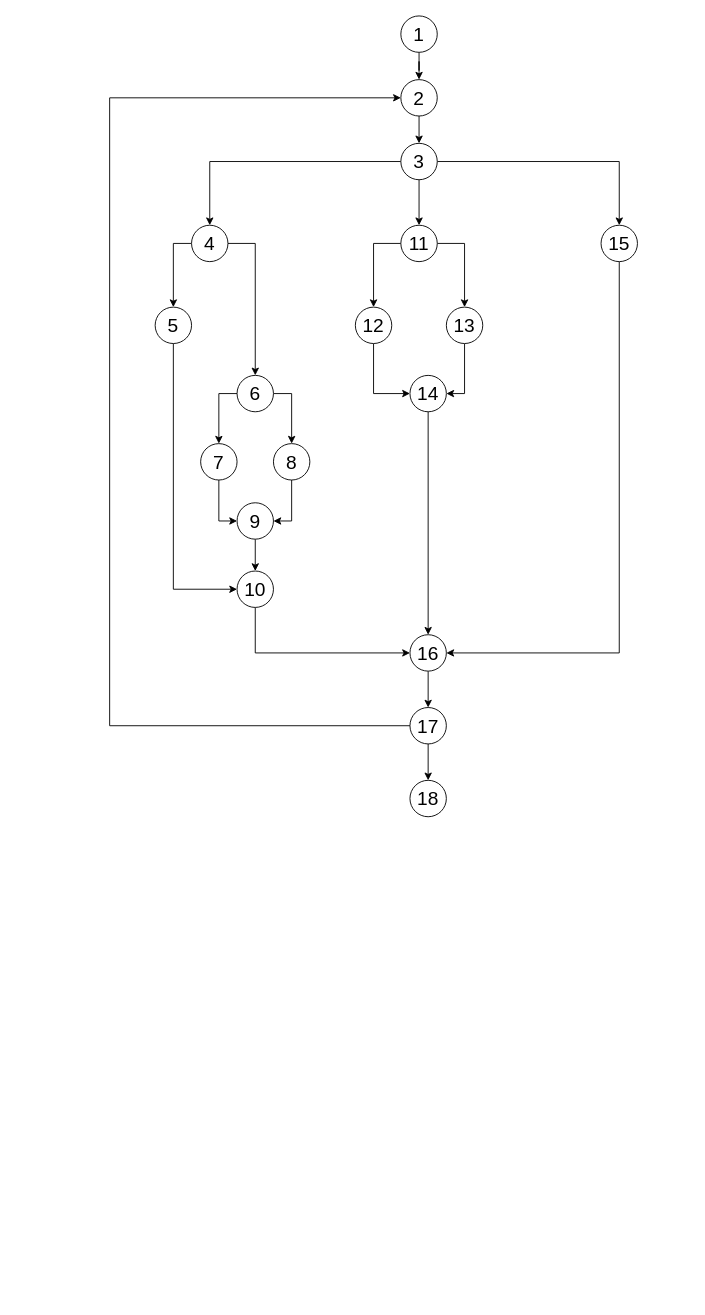
The draw.io diagram media/CFG.drawio in Aleksandar1932/SI_lab2_186063, before the edit. Source tidied: cells renumbered, new cells numbered last; positions are measured from the earlier drawing's top-left corner, leaving out a move shared by most shapes. Both pictures are drawn from the tidied source at 91%, with x=0, y=0 at pixel (109, 15).
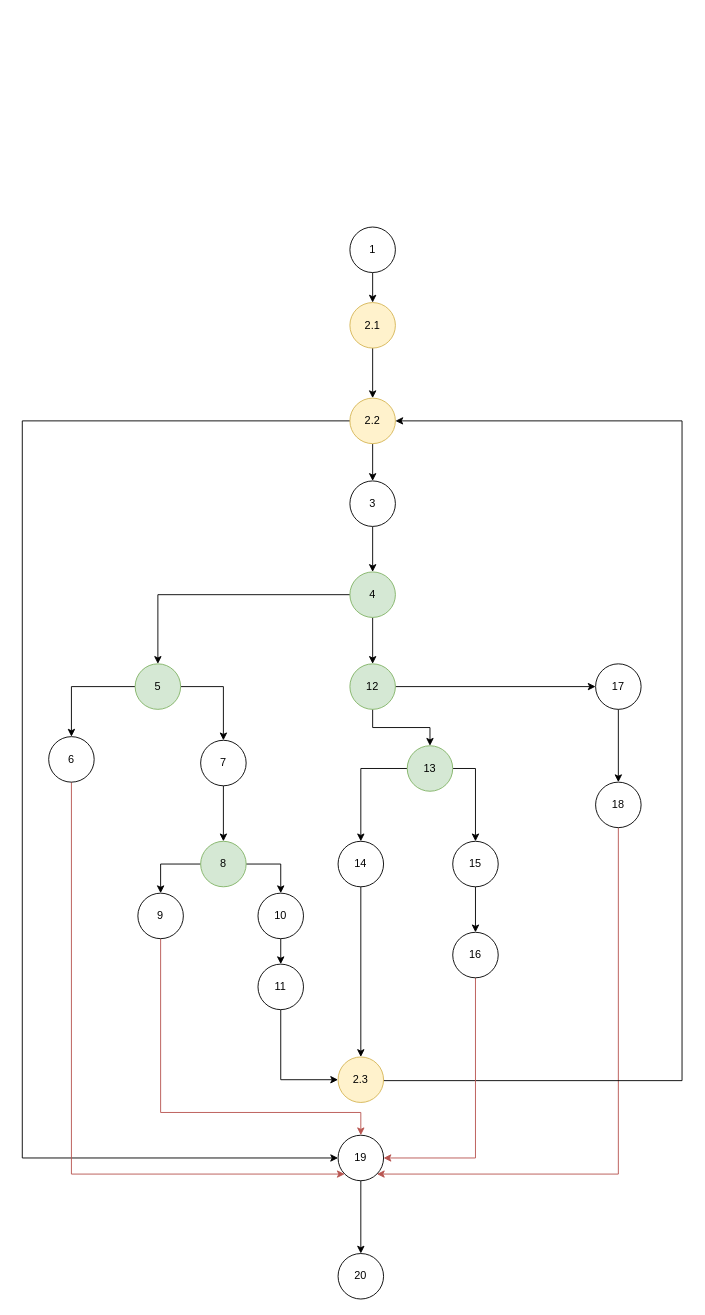
The same page after the edit.

What changed in the source:
```diff
@@
-    <mxCell id="2" style="edgeStyle=orthogonalEdgeStyle;rounded=0;jettySize=auto;html=1;exitX=0.5;exitY=1;exitDx=0;exitDy=0;fontSize=21;" parent="1" edge="1" source="3" target="5">
-      <mxGeometry relative="1" as="geometry" />
-    </mxCell>
+    <mxCell id="43" style="edgeStyle=orthogonalEdgeStyle;rounded=0;jettySize=auto;html=1;exitX=0.5;exitY=1;exitDx=0;exitDy=0;entryX=0.5;entryY=0;entryDx=0;entryDy=0;" parent="1" edge="1" source="3" target="45">
+      <mxGeometry relative="1" as="geometry" />
+    </mxCell>
-    <mxCell id="3" value="1" style="ellipse;whiteSpace=wrap;html=1;fontSize=21;" parent="1" vertex="1">
-      <mxGeometry x="320" width="40" height="40" as="geometry" />
+    <mxCell id="3" value="1" style="ellipse;whiteSpace=wrap;html=1;" parent="1" vertex="1">
+      <mxGeometry x="264" y="232" width="50" height="50" as="geometry" />
     </mxCell>
-    <mxCell id="4" style="edgeStyle=orthogonalEdgeStyle;rounded=0;jettySize=auto;html=1;exitX=0.5;exitY=1;exitDx=0;exitDy=0;entryX=0.5;entryY=0;entryDx=0;entryDy=0;fontSize=21;" parent="1" edge="1" source="5" target="9">
-      <mxGeometry relative="1" as="geometry" />
-    </mxCell>
-    <mxCell id="5" value="2" style="ellipse;whiteSpace=wrap;html=1;fontSize=21;" parent="1" vertex="1">
-      <mxGeometry x="320" y="70" width="40" height="40" as="geometry" />
-    </mxCell>
+    <mxCell id="44" style="edgeStyle=orthogonalEdgeStyle;rounded=0;jettySize=auto;html=1;exitX=0.5;exitY=1;exitDx=0;exitDy=0;entryX=0.5;entryY=0;entryDx=0;entryDy=0;" parent="1" edge="1" source="45" target="54">
+      <mxGeometry relative="1" as="geometry" />
+    </mxCell>
+    <mxCell id="45" value="2.1" style="ellipse;whiteSpace=wrap;html=1;fillColor=#fff2cc;strokeColor=#d6b656;" parent="1" vertex="1">
+      <mxGeometry x="264" y="315" width="50" height="50" as="geometry" />
+    </mxCell>
-    <mxCell id="6" style="edgeStyle=orthogonalEdgeStyle;rounded=0;jettySize=auto;html=1;exitX=0;exitY=0.5;exitDx=0;exitDy=0;entryX=0.5;entryY=0;entryDx=0;entryDy=0;fontSize=21;" parent="1" edge="1" source="9" target="15">
+    <mxCell id="6" style="edgeStyle=orthogonalEdgeStyle;rounded=0;jettySize=auto;html=1;exitX=0.5;exitY=1;exitDx=0;exitDy=0;entryX=0.5;entryY=0;entryDx=0;entryDy=0;" parent="1" edge="1" source="9" target="15">
       <mxGeometry relative="1" as="geometry" />
     </mxCell>
-    <mxCell id="7" style="edgeStyle=orthogonalEdgeStyle;rounded=0;jettySize=auto;html=1;exitX=0.5;exitY=1;exitDx=0;exitDy=0;fontSize=21;" parent="1" edge="1" source="9" target="18">
-      <mxGeometry relative="1" as="geometry" />
-    </mxCell>
-    <mxCell id="8" style="edgeStyle=orthogonalEdgeStyle;rounded=0;jettySize=auto;html=1;exitX=1;exitY=0.5;exitDx=0;exitDy=0;entryX=0.5;entryY=0;entryDx=0;entryDy=0;fontSize=21;" parent="1" edge="1" source="9" target="20">
-      <mxGeometry relative="1" as="geometry" />
-    </mxCell>
-    <mxCell id="9" value="3" style="ellipse;whiteSpace=wrap;html=1;fontSize=21;" parent="1" vertex="1">
-      <mxGeometry x="320" y="140" width="40" height="40" as="geometry" />
+    <mxCell id="9" value="3" style="ellipse;whiteSpace=wrap;html=1;" parent="1" vertex="1">
+      <mxGeometry x="264" y="511" width="50" height="50" as="geometry" />
     </mxCell>
-    <mxCell id="10" style="edgeStyle=orthogonalEdgeStyle;rounded=0;jettySize=auto;html=1;exitX=0;exitY=0.5;exitDx=0;exitDy=0;entryX=0;entryY=0.5;entryDx=0;entryDy=0;fontSize=21;" parent="1" edge="1" source="12" target="5">
-      <mxGeometry relative="1" as="geometry">
-        <Array as="points">
-          <mxPoint y="780" />
-          <mxPoint y="90" />
-        </Array>
-      </mxGeometry>
-    </mxCell>
+    <mxCell id="13" style="edgeStyle=orthogonalEdgeStyle;rounded=0;jettySize=auto;html=1;exitX=0;exitY=0.5;exitDx=0;exitDy=0;entryX=0.5;entryY=0;entryDx=0;entryDy=0;" parent="1" edge="1" source="15" target="28">
+      <mxGeometry relative="1" as="geometry" />
+    </mxCell>
+    <mxCell id="46" style="edgeStyle=orthogonalEdgeStyle;rounded=0;jettySize=auto;html=1;exitX=0.5;exitY=1;exitDx=0;exitDy=0;" parent="1" edge="1" source="15" target="39">
+      <mxGeometry relative="1" as="geometry" />
+    </mxCell>
+    <mxCell id="15" value="4" style="ellipse;whiteSpace=wrap;html=1;fillColor=#d5e8d4;strokeColor=#82b366;" parent="1" vertex="1">
+      <mxGeometry x="264" y="611" width="50" height="50" as="geometry" />
+    </mxCell>
+    <mxCell id="47" style="edgeStyle=orthogonalEdgeStyle;rounded=0;jettySize=auto;html=1;exitX=0;exitY=0.5;exitDx=0;exitDy=0;" parent="1" edge="1" source="28" target="33">
+      <mxGeometry relative="1" as="geometry" />
+    </mxCell>
+    <mxCell id="48" style="edgeStyle=orthogonalEdgeStyle;rounded=0;jettySize=auto;html=1;exitX=1;exitY=0.5;exitDx=0;exitDy=0;entryX=0.5;entryY=0;entryDx=0;entryDy=0;" parent="1" edge="1" source="28" target="30">
+      <mxGeometry relative="1" as="geometry" />
+    </mxCell>
+    <mxCell id="28" value="5" style="ellipse;whiteSpace=wrap;html=1;fillColor=#d5e8d4;strokeColor=#82b366;" parent="1" vertex="1">
+      <mxGeometry x="28" y="712" width="50" height="50" as="geometry" />
+    </mxCell>
+    <mxCell id="49" style="edgeStyle=orthogonalEdgeStyle;rounded=0;jettySize=auto;html=1;exitX=0.5;exitY=1;exitDx=0;exitDy=0;" parent="1" edge="1" source="39" target="41">
+      <mxGeometry relative="1" as="geometry" />
+    </mxCell>
+    <mxCell id="50" style="edgeStyle=orthogonalEdgeStyle;rounded=0;jettySize=auto;html=1;exitX=1;exitY=0.5;exitDx=0;exitDy=0;entryX=0;entryY=0.5;entryDx=0;entryDy=0;" parent="1" edge="1" source="39" target="12">
+      <mxGeometry relative="1" as="geometry" />
+    </mxCell>
+    <mxCell id="39" value="12" style="ellipse;whiteSpace=wrap;html=1;fillColor=#d5e8d4;strokeColor=#82b366;" parent="1" vertex="1">
+      <mxGeometry x="264" y="712" width="50" height="50" as="geometry" />
+    </mxCell>
-    <mxCell id="11" style="edgeStyle=orthogonalEdgeStyle;rounded=0;jettySize=auto;html=1;exitX=0.5;exitY=1;exitDx=0;exitDy=0;entryX=0.5;entryY=0;entryDx=0;entryDy=0;fontSize=21;" parent="1" edge="1" source="12" target="42">
+    <mxCell id="11" style="edgeStyle=orthogonalEdgeStyle;rounded=0;jettySize=auto;html=1;" parent="1" edge="1" source="12" target="42">
       <mxGeometry relative="1" as="geometry" />
     </mxCell>
-    <mxCell id="12" value="17" style="ellipse;whiteSpace=wrap;html=1;fontSize=21;" parent="1" vertex="1">
-      <mxGeometry x="330" y="760" width="40" height="40" as="geometry" />
+    <mxCell id="12" value="17" style="ellipse;whiteSpace=wrap;html=1;" parent="1" vertex="1">
+      <mxGeometry x="534" y="712" width="50" height="50" as="geometry" />
     </mxCell>
-    <mxCell id="13" style="edgeStyle=orthogonalEdgeStyle;rounded=0;jettySize=auto;html=1;exitX=0;exitY=0.5;exitDx=0;exitDy=0;entryX=0.5;entryY=0;entryDx=0;entryDy=0;fontSize=21;" parent="1" edge="1" source="15" target="28">
-      <mxGeometry relative="1" as="geometry" />
-    </mxCell>
-    <mxCell id="14" style="edgeStyle=orthogonalEdgeStyle;rounded=0;jettySize=auto;html=1;exitX=1;exitY=0.5;exitDx=0;exitDy=0;entryX=0.5;entryY=0;entryDx=0;entryDy=0;" parent="1" edge="1" source="15" target="33">
-      <mxGeometry relative="1" as="geometry" />
-    </mxCell>
-    <mxCell id="15" value="4" style="ellipse;whiteSpace=wrap;html=1;fontSize=21;" parent="1" vertex="1">
-      <mxGeometry x="90" y="230" width="40" height="40" as="geometry" />
-    </mxCell>
-    <mxCell id="16" style="edgeStyle=orthogonalEdgeStyle;rounded=0;jettySize=auto;html=1;exitX=0;exitY=0.5;exitDx=0;exitDy=0;fontSize=21;" parent="1" edge="1" source="18" target="39">
-      <mxGeometry relative="1" as="geometry" />
-    </mxCell>
-    <mxCell id="17" style="edgeStyle=orthogonalEdgeStyle;rounded=0;jettySize=auto;html=1;exitX=1;exitY=0.5;exitDx=0;exitDy=0;entryX=0.5;entryY=0;entryDx=0;entryDy=0;fontSize=21;" parent="1" edge="1" source="18" target="41">
-      <mxGeometry relative="1" as="geometry" />
-    </mxCell>
+    <mxCell id="51" style="edgeStyle=orthogonalEdgeStyle;rounded=0;jettySize=auto;html=1;exitX=0.5;exitY=1;exitDx=0;exitDy=0;entryX=1;entryY=1;entryDx=0;entryDy=0;fillColor=#f8cecc;strokeColor=#b85450;" parent="1" edge="1" source="42" target="56">
+      <mxGeometry relative="1" as="geometry">
+        <Array as="points">
+          <mxPoint x="559" y="1273" />
+        </Array>
+      </mxGeometry>
+    </mxCell>
+    <mxCell id="42" value="18" style="ellipse;whiteSpace=wrap;html=1;" parent="1" vertex="1">
+      <mxGeometry x="534" y="842" width="50" height="50" as="geometry" />
+    </mxCell>
+    <mxCell id="52" style="edgeStyle=orthogonalEdgeStyle;rounded=0;jettySize=auto;html=1;exitX=0.5;exitY=1;exitDx=0;exitDy=0;entryX=0.5;entryY=0;entryDx=0;entryDy=0;" parent="1" edge="1" source="54" target="9">
+      <mxGeometry relative="1" as="geometry" />
+    </mxCell>
+    <mxCell id="53" style="edgeStyle=orthogonalEdgeStyle;rounded=0;jettySize=auto;html=1;exitX=1;exitY=0.5;exitDx=0;exitDy=0;entryX=0;entryY=0.5;entryDx=0;entryDy=0;" parent="1" edge="1" source="54" target="56">
+      <mxGeometry relative="1" as="geometry">
+        <Array as="points">
+          <mxPoint x="-96" y="445" />
+          <mxPoint x="-96" y="1255" />
+        </Array>
+      </mxGeometry>
+    </mxCell>
+    <mxCell id="54" value="2.2" style="ellipse;whiteSpace=wrap;html=1;fillColor=#fff2cc;strokeColor=#d6b656;" parent="1" vertex="1">
+      <mxGeometry x="264" y="420" width="50" height="50" as="geometry" />
+    </mxCell>
+    <mxCell id="55" style="edgeStyle=orthogonalEdgeStyle;rounded=0;jettySize=auto;html=1;" parent="1" edge="1" source="56" target="57">
+      <mxGeometry relative="1" as="geometry" />
+    </mxCell>
+    <mxCell id="56" value="19" style="ellipse;whiteSpace=wrap;html=1;" parent="1" vertex="1">
+      <mxGeometry x="251" y="1230" width="50" height="50" as="geometry" />
+    </mxCell>
+    <mxCell id="57" value="20" style="ellipse;whiteSpace=wrap;html=1;" parent="1" vertex="1">
+      <mxGeometry x="251" y="1360" width="50" height="50" as="geometry" />
+    </mxCell>
+    <mxCell id="58" style="edgeStyle=orthogonalEdgeStyle;rounded=0;jettySize=auto;html=1;exitX=0.5;exitY=1;exitDx=0;exitDy=0;entryX=0;entryY=1;entryDx=0;entryDy=0;fillColor=#f8cecc;strokeColor=#b85450;" parent="1" edge="1" source="33" target="56">
+      <mxGeometry relative="1" as="geometry">
+        <Array as="points">
+          <mxPoint x="-42" y="1273" />
+        </Array>
+      </mxGeometry>
+    </mxCell>
+    <mxCell id="33" value="6" style="ellipse;whiteSpace=wrap;html=1;" parent="1" vertex="1">
+      <mxGeometry x="-67" y="792" width="50" height="50" as="geometry" />
+    </mxCell>
+    <mxCell id="59" style="edgeStyle=orthogonalEdgeStyle;rounded=0;jettySize=auto;html=1;exitX=0.5;exitY=1;exitDx=0;exitDy=0;entryX=0.5;entryY=0;entryDx=0;entryDy=0;" parent="1" edge="1" source="30" target="35">
+      <mxGeometry relative="1" as="geometry" />
+    </mxCell>
+    <mxCell id="30" value="7" style="ellipse;whiteSpace=wrap;html=1;" parent="1" vertex="1">
+      <mxGeometry x="100" y="796" width="50" height="50" as="geometry" />
+    </mxCell>
+    <mxCell id="60" style="edgeStyle=orthogonalEdgeStyle;rounded=0;jettySize=auto;html=1;exitX=1;exitY=0.5;exitDx=0;exitDy=0;entryX=1;entryY=0.5;entryDx=0;entryDy=0;" parent="1" edge="1" source="61" target="54">
+      <mxGeometry relative="1" as="geometry">
+        <Array as="points">
+          <mxPoint x="629" y="1170" />
+          <mxPoint x="629" y="445" />
+        </Array>
+      </mxGeometry>
+    </mxCell>
+    <mxCell id="61" value="2.3" style="ellipse;whiteSpace=wrap;html=1;fillColor=#fff2cc;strokeColor=#d6b656;" parent="1" vertex="1">
+      <mxGeometry x="251" y="1144" width="50" height="50" as="geometry" />
+    </mxCell>
+    <mxCell id="34" style="edgeStyle=orthogonalEdgeStyle;rounded=0;jettySize=auto;html=1;exitX=0;exitY=0.5;exitDx=0;exitDy=0;entryX=0.5;entryY=0;entryDx=0;entryDy=0;" parent="1" edge="1" source="35" target="37">
+      <mxGeometry relative="1" as="geometry" />
+    </mxCell>
+    <mxCell id="62" style="edgeStyle=orthogonalEdgeStyle;rounded=0;jettySize=auto;html=1;exitX=1;exitY=0.5;exitDx=0;exitDy=0;entryX=0.5;entryY=0;entryDx=0;entryDy=0;" parent="1" edge="1" source="35" target="22">
+      <mxGeometry relative="1" as="geometry" />
+    </mxCell>
+    <mxCell id="35" value="8" style="ellipse;whiteSpace=wrap;html=1;fillColor=#d5e8d4;strokeColor=#82b366;" parent="1" vertex="1">
+      <mxGeometry x="100" y="907" width="50" height="50" as="geometry" />
+    </mxCell>
+    <mxCell id="63" style="edgeStyle=orthogonalEdgeStyle;rounded=0;jettySize=auto;html=1;exitX=0.5;exitY=1;exitDx=0;exitDy=0;entryX=0.5;entryY=0;entryDx=0;entryDy=0;fillColor=#f8cecc;strokeColor=#b85450;" parent="1" edge="1" source="37" target="56">
+      <mxGeometry relative="1" as="geometry">
+        <Array as="points">
+          <mxPoint x="56" y="1205" />
+          <mxPoint x="276" y="1205" />
+        </Array>
+      </mxGeometry>
+    </mxCell>
+    <mxCell id="37" value="9" style="ellipse;whiteSpace=wrap;html=1;" parent="1" vertex="1">
+      <mxGeometry x="31" y="964" width="50" height="50" as="geometry" />
+    </mxCell>
+    <mxCell id="64" style="edgeStyle=orthogonalEdgeStyle;rounded=0;jettySize=auto;html=1;exitX=0.5;exitY=1;exitDx=0;exitDy=0;entryX=0.5;entryY=0;entryDx=0;entryDy=0;" parent="1" edge="1" source="22" target="18">
+      <mxGeometry relative="1" as="geometry" />
+    </mxCell>
+    <mxCell id="22" value="10" style="ellipse;whiteSpace=wrap;html=1;" parent="1" vertex="1">
+      <mxGeometry x="163" y="964" width="50" height="50" as="geometry" />
+    </mxCell>
+    <mxCell id="65" style="edgeStyle=orthogonalEdgeStyle;rounded=0;jettySize=auto;html=1;exitX=0.5;exitY=1;exitDx=0;exitDy=0;entryX=0;entryY=0.5;entryDx=0;entryDy=0;" parent="1" edge="1" source="18" target="61">
+      <mxGeometry relative="1" as="geometry" />
+    </mxCell>
-    <mxCell id="18" value="11" style="ellipse;whiteSpace=wrap;html=1;fontSize=21;" parent="1" vertex="1">
-      <mxGeometry x="320" y="230" width="40" height="40" as="geometry" />
+    <mxCell id="18" value="11" style="ellipse;whiteSpace=wrap;html=1;" parent="1" vertex="1">
+      <mxGeometry x="163" y="1042" width="50" height="50" as="geometry" />
     </mxCell>
+    <mxCell id="40" style="edgeStyle=orthogonalEdgeStyle;rounded=0;jettySize=auto;html=1;exitX=0;exitY=0.5;exitDx=0;exitDy=0;" parent="1" edge="1" source="41" target="24">
+      <mxGeometry relative="1" as="geometry" />
+    </mxCell>
+    <mxCell id="66" style="edgeStyle=orthogonalEdgeStyle;rounded=0;jettySize=auto;html=1;exitX=1;exitY=0.5;exitDx=0;exitDy=0;" parent="1" edge="1" source="41" target="20">
+      <mxGeometry relative="1" as="geometry" />
+    </mxCell>
+    <mxCell id="41" value="13" style="ellipse;whiteSpace=wrap;html=1;fillColor=#d5e8d4;strokeColor=#82b366;" parent="1" vertex="1">
+      <mxGeometry x="327" y="802" width="50" height="50" as="geometry" />
+    </mxCell>
+    <mxCell id="67" style="edgeStyle=orthogonalEdgeStyle;rounded=0;jettySize=auto;html=1;exitX=0.5;exitY=1;exitDx=0;exitDy=0;entryX=0.5;entryY=0;entryDx=0;entryDy=0;" parent="1" edge="1" source="24" target="61">
+      <mxGeometry relative="1" as="geometry">
+        <Array as="points">
+          <mxPoint x="276" y="957" />
+        </Array>
+      </mxGeometry>
+    </mxCell>
+    <mxCell id="24" value="14" style="ellipse;whiteSpace=wrap;html=1;" parent="1" vertex="1">
+      <mxGeometry x="251" y="907" width="50" height="50" as="geometry" />
+    </mxCell>
-    <mxCell id="19" style="edgeStyle=orthogonalEdgeStyle;rounded=0;jettySize=auto;html=1;exitX=0.5;exitY=1;exitDx=0;exitDy=0;entryX=1;entryY=0.5;entryDx=0;entryDy=0;fontSize=21;" parent="1" edge="1" source="20" target="26">
+    <mxCell id="19" style="edgeStyle=orthogonalEdgeStyle;rounded=0;jettySize=auto;html=1;" parent="1" edge="1" source="20" target="26">
       <mxGeometry relative="1" as="geometry" />
     </mxCell>
-    <mxCell id="20" value="15" style="ellipse;whiteSpace=wrap;html=1;fontSize=21;" parent="1" vertex="1">
-      <mxGeometry x="540" y="230" width="40" height="40" as="geometry" />
+    <mxCell id="20" value="15" style="ellipse;whiteSpace=wrap;html=1;" parent="1" vertex="1">
+      <mxGeometry x="377" y="907" width="50" height="50" as="geometry" />
     </mxCell>
-    <mxCell id="21" style="edgeStyle=orthogonalEdgeStyle;rounded=0;jettySize=auto;html=1;exitX=0.5;exitY=1;exitDx=0;exitDy=0;entryX=0;entryY=0.5;entryDx=0;entryDy=0;fontSize=21;" parent="1" edge="1" source="22" target="26">
-      <mxGeometry relative="1" as="geometry" />
-    </mxCell>
-    <mxCell id="22" value="10" style="ellipse;whiteSpace=wrap;html=1;fontSize=21;" parent="1" vertex="1">
-      <mxGeometry x="140" y="610" width="40" height="40" as="geometry" />
-    </mxCell>
-    <mxCell id="23" style="edgeStyle=orthogonalEdgeStyle;rounded=0;jettySize=auto;html=1;exitX=0.5;exitY=1;exitDx=0;exitDy=0;entryX=0.5;entryY=0;entryDx=0;entryDy=0;fontSize=21;" parent="1" edge="1" source="24" target="26">
-      <mxGeometry relative="1" as="geometry" />
-    </mxCell>
-    <mxCell id="24" value="14" style="ellipse;whiteSpace=wrap;html=1;fontSize=21;" parent="1" vertex="1">
-      <mxGeometry x="330" y="395" width="40" height="40" as="geometry" />
-    </mxCell>
-    <mxCell id="25" style="edgeStyle=orthogonalEdgeStyle;rounded=0;jettySize=auto;html=1;exitX=0.5;exitY=1;exitDx=0;exitDy=0;fontSize=21;" parent="1" edge="1" source="26" target="12">
-      <mxGeometry relative="1" as="geometry" />
-    </mxCell>
+    <mxCell id="68" style="edgeStyle=orthogonalEdgeStyle;rounded=0;jettySize=auto;html=1;exitX=0.5;exitY=1;exitDx=0;exitDy=0;entryX=1;entryY=0.5;entryDx=0;entryDy=0;fillColor=#f8cecc;strokeColor=#b85450;" parent="1" edge="1" source="26" target="56">
+      <mxGeometry relative="1" as="geometry">
+        <Array as="points">
+          <mxPoint x="402" y="1255" />
+        </Array>
+      </mxGeometry>
+    </mxCell>
-    <mxCell id="26" value="16" style="ellipse;whiteSpace=wrap;html=1;fontSize=21;" parent="1" vertex="1">
-      <mxGeometry x="330" y="680" width="40" height="40" as="geometry" />
+    <mxCell id="26" value="16" style="ellipse;whiteSpace=wrap;html=1;" parent="1" vertex="1">
+      <mxGeometry x="377" y="1007" width="50" height="50" as="geometry" />
     </mxCell>
-    <mxCell id="27" style="edgeStyle=orthogonalEdgeStyle;rounded=0;jettySize=auto;html=1;exitX=0.5;exitY=1;exitDx=0;exitDy=0;entryX=0;entryY=0.5;entryDx=0;entryDy=0;fontSize=21;" parent="1" edge="1" source="28" target="22">
-      <mxGeometry relative="1" as="geometry" />
-    </mxCell>
-    <mxCell id="28" value="5" style="ellipse;whiteSpace=wrap;html=1;fontSize=21;" parent="1" vertex="1">
-      <mxGeometry x="50" y="320" width="40" height="40" as="geometry" />
-    </mxCell>
-    <mxCell id="29" style="edgeStyle=orthogonalEdgeStyle;rounded=0;jettySize=auto;html=1;exitX=0.5;exitY=1;exitDx=0;exitDy=0;entryX=0;entryY=0.5;entryDx=0;entryDy=0;fontSize=21;" parent="1" edge="1" source="30" target="37">
-      <mxGeometry relative="1" as="geometry" />
-    </mxCell>
-    <mxCell id="30" value="7" style="ellipse;whiteSpace=wrap;html=1;fontSize=21;" parent="1" vertex="1">
-      <mxGeometry x="100" y="470" width="40" height="40" as="geometry" />
-    </mxCell>
-    <mxCell id="31" style="edgeStyle=orthogonalEdgeStyle;rounded=0;jettySize=auto;html=1;exitX=0;exitY=0.5;exitDx=0;exitDy=0;entryX=0.5;entryY=0;entryDx=0;entryDy=0;fontSize=21;" parent="1" edge="1" source="33" target="30">
-      <mxGeometry relative="1" as="geometry" />
-    </mxCell>
-    <mxCell id="32" style="edgeStyle=orthogonalEdgeStyle;rounded=0;jettySize=auto;html=1;exitX=1;exitY=0.5;exitDx=0;exitDy=0;entryX=0;entryY=0.5;entryDx=0;entryDy=0;fontSize=21;" parent="1" edge="1" source="33" target="35">
-      <mxGeometry relative="1" as="geometry" />
-    </mxCell>
-    <mxCell id="33" value="6" style="ellipse;whiteSpace=wrap;html=1;fontSize=21;" parent="1" vertex="1">
-      <mxGeometry x="140" y="395" width="40" height="40" as="geometry" />
-    </mxCell>
-    <mxCell id="34" style="edgeStyle=orthogonalEdgeStyle;rounded=0;jettySize=auto;html=1;exitX=1;exitY=0.5;exitDx=0;exitDy=0;entryX=1;entryY=0.5;entryDx=0;entryDy=0;fontSize=21;" parent="1" edge="1" source="35" target="37">
-      <mxGeometry relative="1" as="geometry" />
-    </mxCell>
-    <mxCell id="35" value="8" style="ellipse;whiteSpace=wrap;html=1;fontSize=21;direction=south;" parent="1" vertex="1">
-      <mxGeometry x="180" y="470" width="40" height="40" as="geometry" />
-    </mxCell>
-    <mxCell id="36" style="edgeStyle=orthogonalEdgeStyle;rounded=0;jettySize=auto;html=1;exitX=0.5;exitY=1;exitDx=0;exitDy=0;entryX=0.5;entryY=0;entryDx=0;entryDy=0;fontSize=21;" parent="1" edge="1" source="37" target="22">
-      <mxGeometry relative="1" as="geometry" />
-    </mxCell>
-    <mxCell id="37" value="9" style="ellipse;whiteSpace=wrap;html=1;fontSize=21;" parent="1" vertex="1">
-      <mxGeometry x="140" y="535" width="40" height="40" as="geometry" />
-    </mxCell>
-    <mxCell id="38" style="edgeStyle=orthogonalEdgeStyle;rounded=0;jettySize=auto;html=1;exitX=0.5;exitY=1;exitDx=0;exitDy=0;entryX=0;entryY=0.5;entryDx=0;entryDy=0;fontSize=21;" parent="1" edge="1" source="39" target="24">
-      <mxGeometry relative="1" as="geometry" />
-    </mxCell>
-    <mxCell id="39" value="12" style="ellipse;whiteSpace=wrap;html=1;fontSize=21;" parent="1" vertex="1">
-      <mxGeometry x="270" y="320" width="40" height="40" as="geometry" />
-    </mxCell>
-    <mxCell id="40" style="edgeStyle=orthogonalEdgeStyle;rounded=0;jettySize=auto;html=1;exitX=0.5;exitY=1;exitDx=0;exitDy=0;entryX=1;entryY=0.5;entryDx=0;entryDy=0;fontSize=21;" parent="1" edge="1" source="41" target="24">
-      <mxGeometry relative="1" as="geometry" />
-    </mxCell>
-    <mxCell id="41" value="13" style="ellipse;whiteSpace=wrap;html=1;fontSize=21;" parent="1" vertex="1">
-      <mxGeometry x="370" y="320" width="40" height="40" as="geometry" />
-    </mxCell>
-    <mxCell id="42" value="18" style="ellipse;whiteSpace=wrap;html=1;fontSize=21;" parent="1" vertex="1">
-      <mxGeometry x="330" y="840" width="40" height="40" as="geometry" />
-    </mxCell>
```
